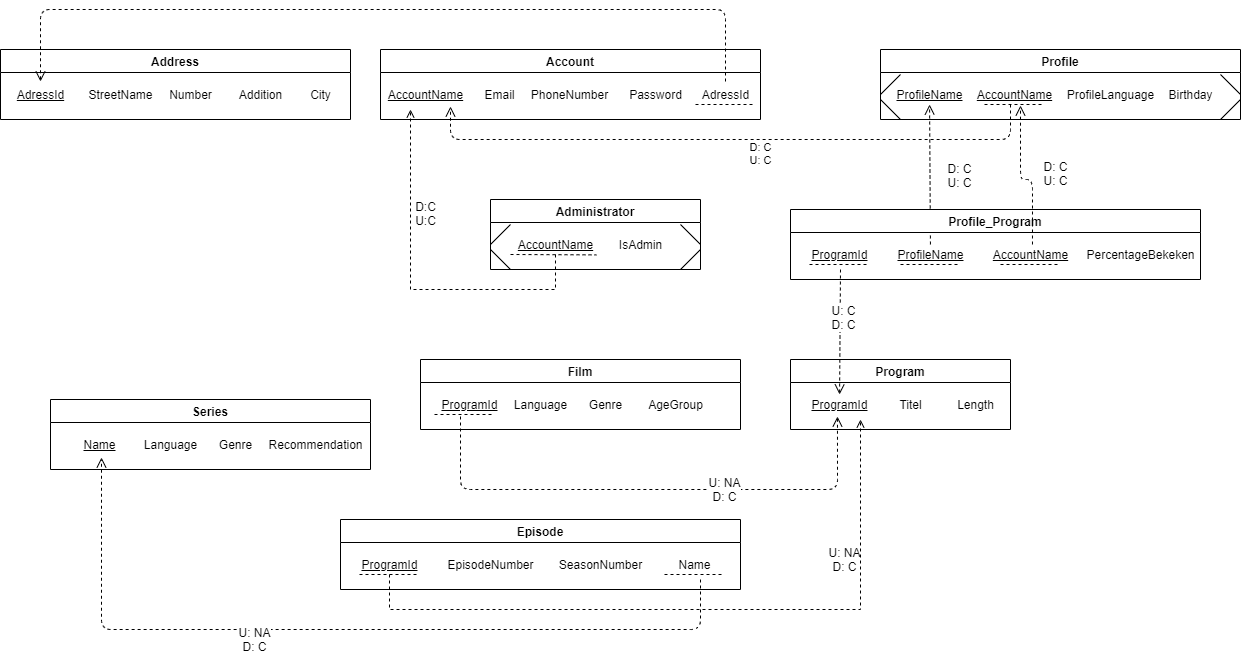
Before: bijlages/Relationeel Model.png, a diagram exported from draw.io (JobHaast/NetflixStatisticsEindopdrachtPro2RelDate2). Source tidied: cells renumbered, new cells last; positions are measured from the earlier drawing's top-left corner, leaving out a move shared by most shapes.
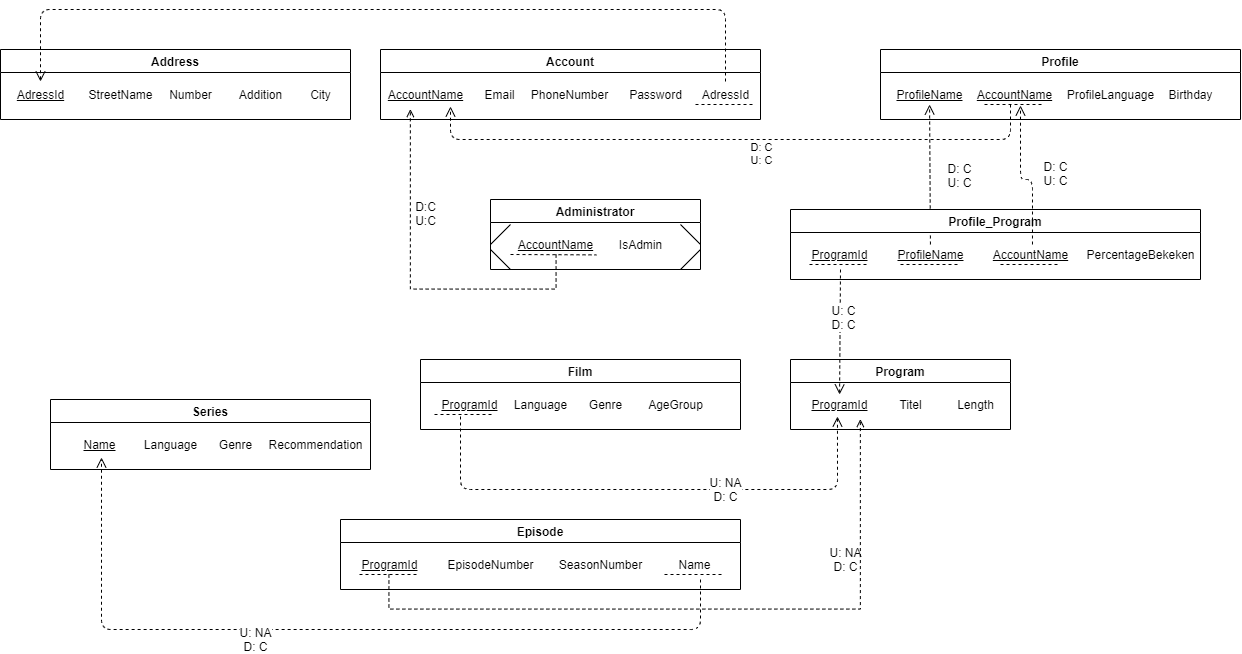
The same diagram one commit later.

Commit message:
Bijlage toegevoegd.

What changed in the source:
```diff
@@ -68,30 +68,6 @@
     <mxCell id="20" value="&lt;u&gt;AccountName&lt;/u&gt;" style="text;html=1;align=center;verticalAlign=middle;" parent="16" vertex="1">
       <mxGeometry x="89" y="35" width="90" height="20" as="geometry" />
     </mxCell>
-    <mxCell id="21" style="endArrow=none;html=1;" parent="16" edge="1">
-      <mxGeometry relative="1" as="geometry">
-        <mxPoint y="45" as="sourcePoint" />
-        <mxPoint x="20" y="25" as="targetPoint" />
-      </mxGeometry>
-    </mxCell>
-    <mxCell id="22" style="endArrow=none;html=1;" parent="16" edge="1">
-      <mxGeometry relative="1" as="geometry">
-        <mxPoint x="360" y="45" as="sourcePoint" />
-        <mxPoint x="340" y="25" as="targetPoint" />
-      </mxGeometry>
-    </mxCell>
-    <mxCell id="23" style="endArrow=none;html=1;" parent="16" edge="1">
-      <mxGeometry relative="1" as="geometry">
-        <mxPoint y="50" as="sourcePoint" />
-        <mxPoint x="20" y="70" as="targetPoint" />
-      </mxGeometry>
-    </mxCell>
-    <mxCell id="24" style="endArrow=none;html=1;" parent="16" edge="1">
-      <mxGeometry relative="1" as="geometry">
-        <mxPoint x="340" y="70" as="sourcePoint" />
-        <mxPoint x="360" y="50" as="targetPoint" />
-      </mxGeometry>
-    </mxCell>
     <mxCell id="25" style="endArrow=none;dashed=1;html=1;" parent="16" edge="1">
       <mxGeometry relative="1" as="geometry">
         <mxPoint x="104" y="55" as="sourcePoint" />
```
